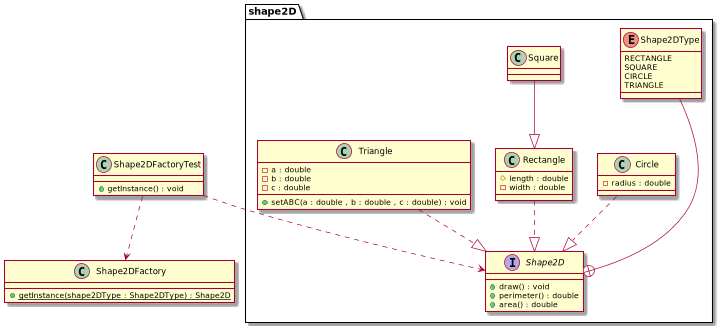
The PlantUML diagram src/main/java/com/rezahdrm/creational/factorymethod/factoryMethodUML.png in reza-hdrm/DesignPatterns, before a commit. Its diagram source:
```plantuml
@startuml
package shape2D{
    enum Shape2DType{
        RECTANGLE
        SQUARE
        CIRCLE
        TRIANGLE
    }
    interface Shape2D{
        + draw() : void
        + perimeter() : double
        + area() : double
    }

    class Circle{
    - radius : double
    }

    class Rectangle{
    # length : double
    - width : double
    }

    class Square{

    }
    class Triangle{
        - a : double
        - b : double
        - c : double

        + setABC(a : double , b : double , c : double) : void
    }
    Circle ..|> Shape2D
    Rectangle ..|> Shape2D
    Square --|> Rectangle
    Triangle ..|> Shape2D
    Shape2DType ---+ Shape2D

}
class Shape2DFactory{
 + getInstance(shape2DType : Shape2DType) : Shape2D {static}
}

class Shape2DFactoryTest {
    + getInstance() : void
}

Shape2DFactoryTest ..> Shape2D
Shape2DFactoryTest ..> Shape2DFactory

@enduml
```
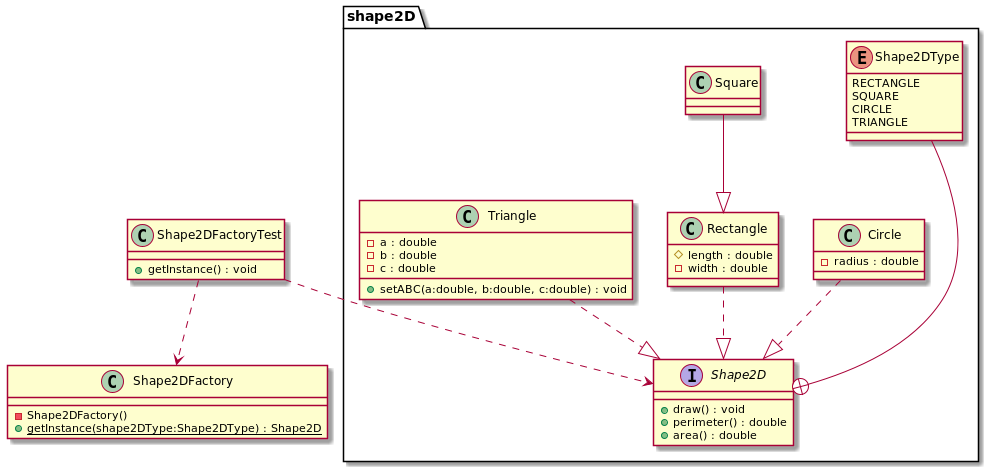
After the change.

The edit, as a diff of the source:
```diff
@@ -29,7 +29,7 @@
         - b : double
         - c : double
 
-        + setABC(a : double , b : double , c : double) : void
+        + setABC(a:double, b:double, c:double) : void
     }
     Circle ..|> Shape2D
     Rectangle ..|> Shape2D
@@ -39,7 +39,8 @@
 
 }
 class Shape2DFactory{
- + getInstance(shape2DType : Shape2DType) : Shape2D {static}
+    - Shape2DFactory()
+    + getInstance(shape2DType:Shape2DType) : Shape2D {static}
 }
 
 class Shape2DFactoryTest {
```
